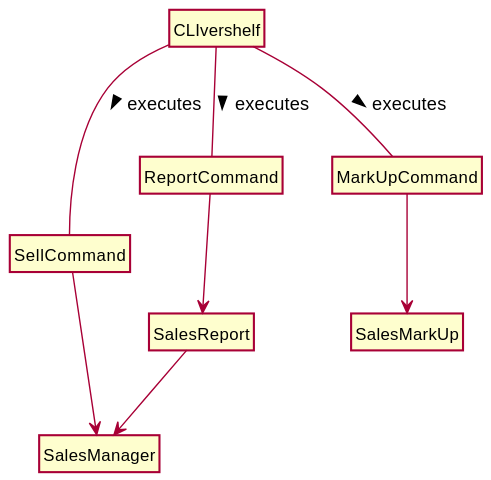
Before: docs/diagrams/SalesSubComponentClassDiagram.svg, a diagram exported from PlantUML (zh1huang/tp).
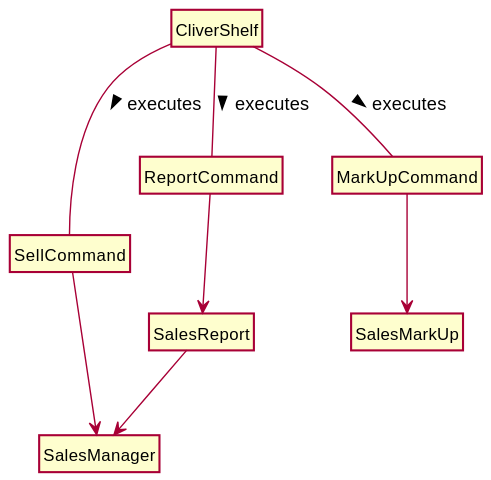
Above is the later version.

Diff of the diagram source:
```diff
@@ -2,7 +2,7 @@
 !include Style.puml
 hide empty members
 
-class CLIvershelf
+class CliverShelf
 class SalesManager
 class SellCommand
 class ReportCommand
@@ -10,9 +10,9 @@
 class SalesReport
 
 
-CLIvershelf -- ReportCommand : executes >
-CLIvershelf -- SellCommand : executes >
-CLIvershelf -- MarkUpCommand : executes >
+CliverShelf -- ReportCommand : executes >
+CliverShelf -- SellCommand : executes >
+CliverShelf -- MarkUpCommand : executes >
 
 ReportCommand --> SalesReport
 SalesReport --> SalesManager
```
